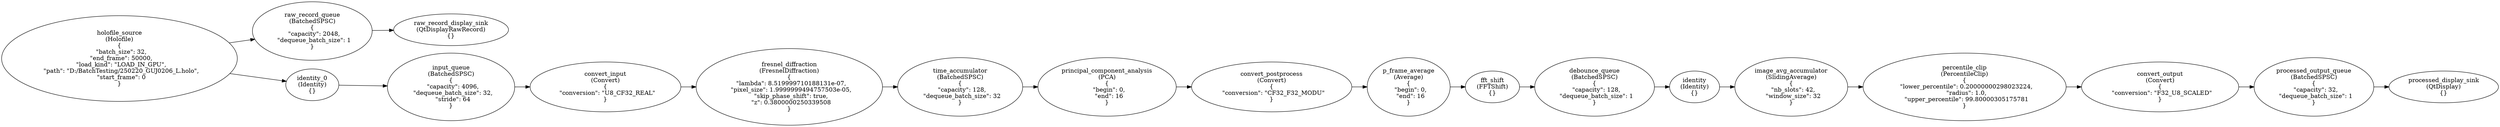
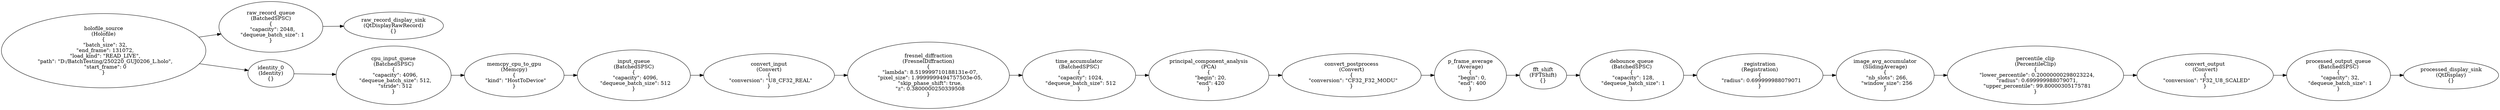
digraph G {
rankdir=LR;
0[label="holofile_source\n(Holofile)\n{
  \"batch_size\": 32,
-   \"end_frame\": 50000,
-   \"load_kind\": \"LOAD_IN_GPU\",
+   \"end_frame\": 131072,
+   \"load_kind\": \"READ_LIVE\",
  \"path\": \"D:/BatchTesting/250220_GUJ0206_L.holo\",
  \"start_frame\": 0
}"];
1[label="raw_record_queue\n(BatchedSPSC)\n{
  \"capacity\": 2048,
  \"dequeue_batch_size\": 1
}"];
2[label="raw_record_display_sink\n(QtDisplayRawRecord)\n{}"];
3[label="identity_0\n(Identity)\n{}"];
- 4[label="input_queue\n(BatchedSPSC)\n{
+ 4[label="cpu_input_queue\n(BatchedSPSC)\n{
  \"capacity\": 4096,
-   \"dequeue_batch_size\": 32,
-   \"stride\": 64
+   \"dequeue_batch_size\": 512,
+   \"stride\": 512
}"];
- 5[label="convert_input\n(Convert)\n{
+ 5[label="memcpy_cpu_to_gpu\n(Memcpy)\n{
+   \"kind\": \"HostToDevice\"
+ }"];
+ 6[label="input_queue\n(BatchedSPSC)\n{
+   \"capacity\": 4096,
+   \"dequeue_batch_size\": 512
+ }"];
+ 7[label="convert_input\n(Convert)\n{
  \"conversion\": \"U8_CF32_REAL\"
}"];
- 6[label="fresnel_diffraction\n(FresnelDiffraction)\n{
+ 8[label="fresnel_diffraction\n(FresnelDiffraction)\n{
  \"lambda\": 8.519999710188131e-07,
  \"pixel_size\": 1.9999999494757503e-05,
  \"skip_phase_shift\": true,
  \"z\": 0.3800000250339508
}"];
- 7[label="time_accumulator\n(BatchedSPSC)\n{
-   \"capacity\": 128,
-   \"dequeue_batch_size\": 32
+ 9[label="time_accumulator\n(BatchedSPSC)\n{
+   \"capacity\": 1024,
+   \"dequeue_batch_size\": 512
}"];
- 8[label="principal_component_analysis\n(PCA)\n{
-   \"begin\": 0,
-   \"end\": 16
+ 10[label="principal_component_analysis\n(PCA)\n{
+   \"begin\": 20,
+   \"end\": 420
}"];
- 9[label="convert_postprocess\n(Convert)\n{
+ 11[label="convert_postprocess\n(Convert)\n{
  \"conversion\": \"CF32_F32_MODU\"
}"];
- 10[label="p_frame_average\n(Average)\n{
+ 12[label="p_frame_average\n(Average)\n{
  \"begin\": 0,
-   \"end\": 16
+   \"end\": 400
}"];
- 11[label="fft_shift\n(FFTShift)\n{}"];
- 12[label="debounce_queue\n(BatchedSPSC)\n{
+ 13[label="fft_shift\n(FFTShift)\n{}"];
+ 14[label="debounce_queue\n(BatchedSPSC)\n{
  \"capacity\": 128,
  \"dequeue_batch_size\": 1
}"];
- 13[label="identity\n(Identity)\n{}"];
- 14[label="image_avg_accumulator\n(SlidingAverage)\n{
-   \"nb_slots\": 42,
-   \"window_size\": 32
+ 15[label="registration\n(Registration)\n{
+   \"radius\": 0.699999988079071
}"];
- 15[label="percentile_clip\n(PercentileClip)\n{
+ 16[label="image_avg_accumulator\n(SlidingAverage)\n{
+   \"nb_slots\": 266,
+   \"window_size\": 256
+ }"];
+ 17[label="percentile_clip\n(PercentileClip)\n{
  \"lower_percentile\": 0.20000000298023224,
-   \"radius\": 1.0,
+   \"radius\": 0.699999988079071,
  \"upper_percentile\": 99.80000305175781
}"];
- 16[label="convert_output\n(Convert)\n{
+ 18[label="convert_output\n(Convert)\n{
  \"conversion\": \"F32_U8_SCALED\"
}"];
- 17[label="processed_output_queue\n(BatchedSPSC)\n{
+ 19[label="processed_output_queue\n(BatchedSPSC)\n{
  \"capacity\": 32,
  \"dequeue_batch_size\": 1
}"];
- 18[label="processed_display_sink\n(QtDisplay)\n{}"];
+ 20[label="processed_display_sink\n(QtDisplay)\n{}"];
0->1 ;
0->3 ;
1->2 ;
3->4 ;
4->5 ;
5->6 ;
6->7 ;
7->8 ;
8->9 ;
9->10 ;
10->11 ;
11->12 ;
12->13 ;
13->14 ;
14->15 ;
15->16 ;
16->17 ;
17->18 ;
+ 18->19 ;
+ 19->20 ;
}
